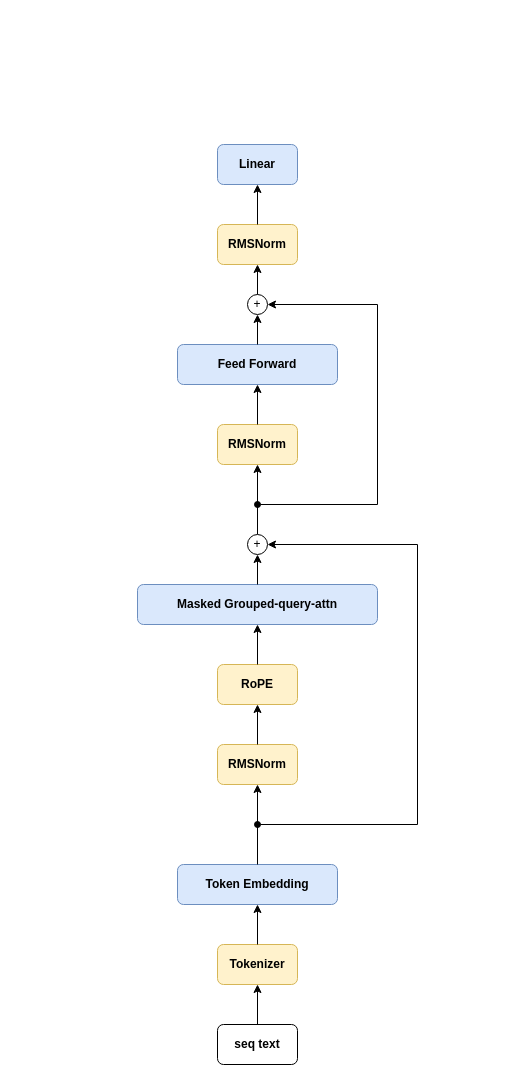
This is LLM-Structure-Overview.drawio from DestineG/drawio, a draw.io file, before an edit. Source tidied: cells renumbered, new cells numbered last; positions are measured from the earlier drawing's top-left corner, leaving out a move shared by most shapes. Both pictures are drawn from the tidied source at 100%, with x=0, y=0 at pixel (137, 144).
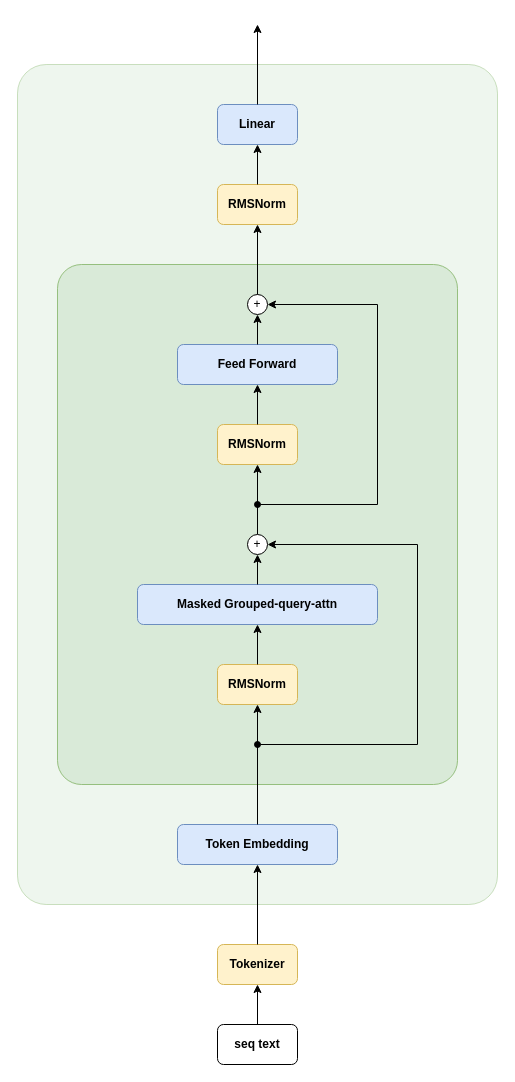
The same diagram, later.

The change refers to these unchanged cells:
```xml
<mxCell id="7" value="&lt;b&gt;Masked Grouped-query-attn&lt;/b&gt;" style="rounded=1;whiteSpace=wrap;html=1;fillColor=#dae8fc;strokeColor=#6c8ebf;" parent="1" vertex="1">
  <mxGeometry y="440" width="240" height="40" as="geometry" />
</mxCell>
<mxCell id="22" value="+" style="ellipse;whiteSpace=wrap;html=1;shapeInside=1;" parent="1" vertex="1">
  <mxGeometry x="110" y="390" width="20" height="20" as="geometry" />
</mxCell>
```

Change to the diagram source:
```diff
@@
+    <mxCell id="27" style="rounded=1;whiteSpace=wrap;html=1;arcSize=6;fillColor=#d5e8d4;strokeColor=#82b366;opacity=40;" parent="1" vertex="1">
+      <mxGeometry x="-120" y="-80" width="480" height="840" as="geometry" />
+    </mxCell>
+    <mxCell id="28" style="rounded=1;whiteSpace=wrap;html=1;arcSize=6;fillColor=#d5e8d4;strokeColor=#82b366;opacity=80;" parent="1" vertex="1">
+      <mxGeometry x="-80" y="120" width="400" height="520" as="geometry" />
+    </mxCell>
@@
     <mxCell id="4" value="&lt;b&gt;Token Embedding&lt;/b&gt;" style="rounded=1;whiteSpace=wrap;html=1;fillColor=#dae8fc;strokeColor=#6c8ebf;" parent="1" vertex="1">
-      <mxGeometry x="40" y="720" width="160" height="40" as="geometry" />
+      <mxGeometry x="40" y="680" width="160" height="40" as="geometry" />
     </mxCell>
     <mxCell id="5" value="&lt;b&gt;RMSNorm&lt;/b&gt;" style="rounded=1;whiteSpace=wrap;html=1;fillColor=#fff2cc;strokeColor=#d6b656;" parent="1" vertex="1">
-      <mxGeometry x="80" y="600" width="80" height="40" as="geometry" />
+      <mxGeometry x="80" y="520" width="80" height="40" as="geometry" />
     </mxCell>
-    <mxCell id="6" value="&lt;b&gt;RoPE&lt;/b&gt;" style="rounded=1;whiteSpace=wrap;html=1;fillColor=#fff2cc;strokeColor=#d6b656;" parent="1" vertex="1">
-      <mxGeometry x="80" y="520" width="80" height="40" as="geometry" />
-    </mxCell>
@@
     <mxCell id="10" value="&lt;b&gt;RMSNorm&lt;/b&gt;" style="rounded=1;whiteSpace=wrap;html=1;fillColor=#fff2cc;strokeColor=#d6b656;" parent="1" vertex="1">
-      <mxGeometry x="80" y="80" width="80" height="40" as="geometry" />
+      <mxGeometry x="80" y="40" width="80" height="40" as="geometry" />
     </mxCell>
     <mxCell id="11" value="&lt;b&gt;Linear&lt;/b&gt;" style="rounded=1;whiteSpace=wrap;html=1;fillColor=#dae8fc;strokeColor=#6c8ebf;" parent="1" vertex="1">
-      <mxGeometry x="80" width="80" height="40" as="geometry" />
+      <mxGeometry x="80" y="-40" width="80" height="40" as="geometry" />
     </mxCell>
@@
-    <mxCell id="15" style="endArrow=classic;html=1;rounded=0;exitX=0.5;exitY=0;exitDx=0;exitDy=0;entryX=0.5;entryY=1;entryDx=0;entryDy=0;" parent="1" edge="1" source="5" target="6">
-      <mxGeometry relative="1" as="geometry" />
-    </mxCell>
-    <mxCell id="16" style="endArrow=classic;html=1;rounded=0;exitX=0.5;exitY=0;exitDx=0;exitDy=0;entryX=0.5;entryY=1;entryDx=0;entryDy=0;" parent="1" edge="1" source="6" target="7">
+    <mxCell id="16" style="endArrow=classic;html=1;rounded=0;exitX=0.5;exitY=0;exitDx=0;exitDy=0;entryX=0.5;entryY=1;entryDx=0;entryDy=0;" parent="1" edge="1" source="5" target="7">
       <mxGeometry relative="1" as="geometry" />
     </mxCell>
@@
     <mxCell id="21" style="endArrow=classic;html=1;rounded=0;startArrow=oval;startFill=1;entryX=1;entryY=0.5;entryDx=0;entryDy=0;" parent="1" edge="1" target="22">
       <mxGeometry relative="1" as="geometry">
-        <mxPoint x="120" y="680" as="sourcePoint" />
+        <mxPoint x="120" y="600" as="sourcePoint" />
         <Array as="points">
-          <mxPoint x="280" y="680" />
+          <mxPoint x="280" y="600" />
           <mxPoint x="280" y="400" />
         </Array>
       </mxGeometry>
     </mxCell>
@@
+    <mxCell id="29" style="endArrow=classic;html=1;rounded=0;exitX=0.5;exitY=0;exitDx=0;exitDy=0;" parent="1" edge="1" source="11">
+      <mxGeometry relative="1" as="geometry">
+        <mxPoint x="120" y="-120" as="targetPoint" />
+      </mxGeometry>
+    </mxCell>
```
